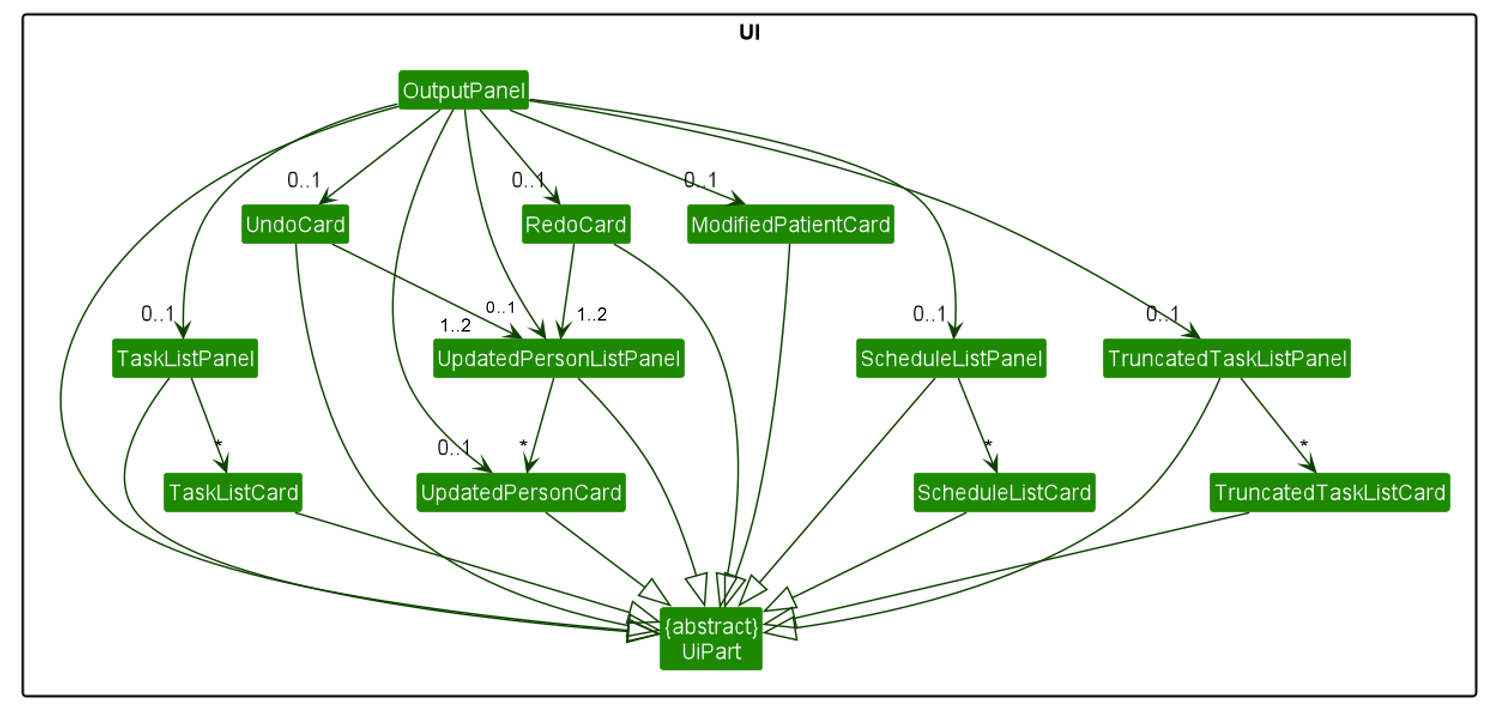
This is docs/images/OutputPanelClassDiagram.png from nus-cs2103-AY2223S1/tp, a PlantUML export, as it was before one commit. Its source is kept beside it as docs/diagrams/OutputPanelClassDiagram.puml.
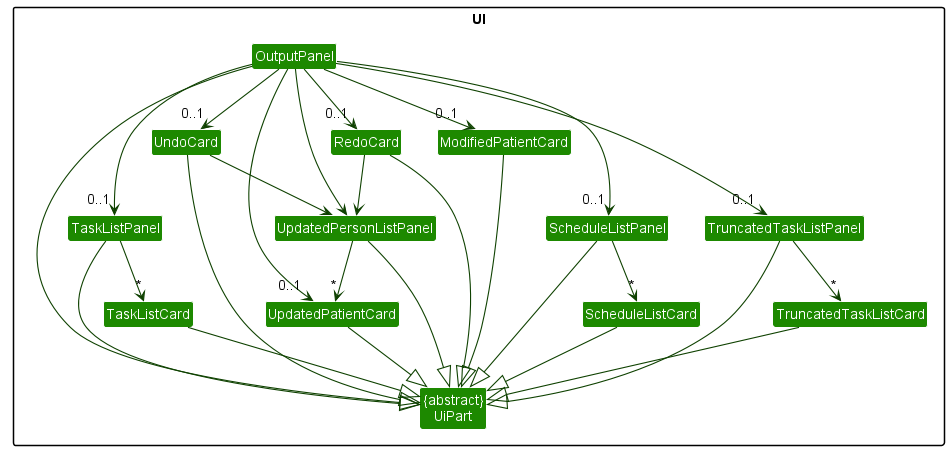
The same diagram one commit later.

Commit message:
Update OutputPanel description

What changed in the source:
```diff
@@ -9,7 +9,7 @@
 Class OutputPanel
 Class TaskListPanel
 Class TaskListCard
-Class UpdatedPersonCard
+Class UpdatedPatientCard
 Class UndoCard
 Class RedoCard
 Class ModifiedPatientCard
@@ -28,12 +28,12 @@
 OutputPanel --> "0..1" ModifiedPatientCard
 OutputPanel --> "0..1" ScheduleListPanel
 OutputPanel -->  UpdatedPersonListPanel
-OutputPanel --> "0..1" UpdatedPersonCard
+OutputPanel --> "0..1" UpdatedPatientCard
 OutputPanel --> "0..1" TruncatedTaskListPanel
 
 UndoCard -->  UpdatedPersonListPanel
 RedoCard -->  UpdatedPersonListPanel
-UpdatedPersonListPanel --> "*" UpdatedPersonCard
+UpdatedPersonListPanel --> "*" UpdatedPatientCard
 
 ScheduleListPanel --> "*" ScheduleListCard
 
@@ -46,7 +46,7 @@
 OutputPanel --|> UiPart
 TaskListPanel --|> UiPart
 TaskListCard --|> UiPart
-UpdatedPersonCard --|> UiPart
+UpdatedPatientCard --|> UiPart
 ScheduleListCard --|> UiPart
 TruncatedTaskListCard --|> UiPart
 UndoCard --|> UiPart
```
